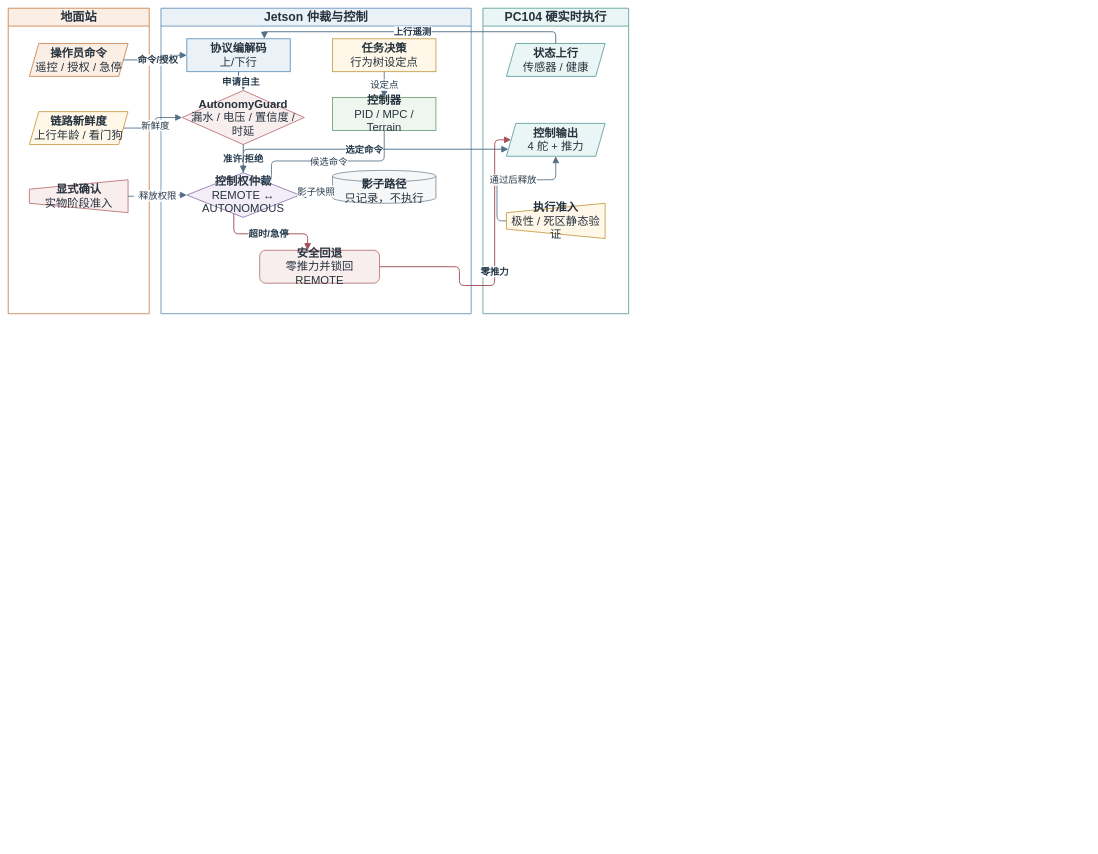
360ZMEM/AUV-Master-Mag keeps this draw.io diagram as thesis/figures/architecture/auv_safety_arbiter_deployment.drawio. Above is the earlier version. Source tidied: cells renumbered, new cells numbered last; positions are measured from the earlier drawing's top-left corner, leaving out a move shared by most shapes. Both pictures are drawn from the tidied source at 47%, with x=0, y=0 at pixel (8, 8).
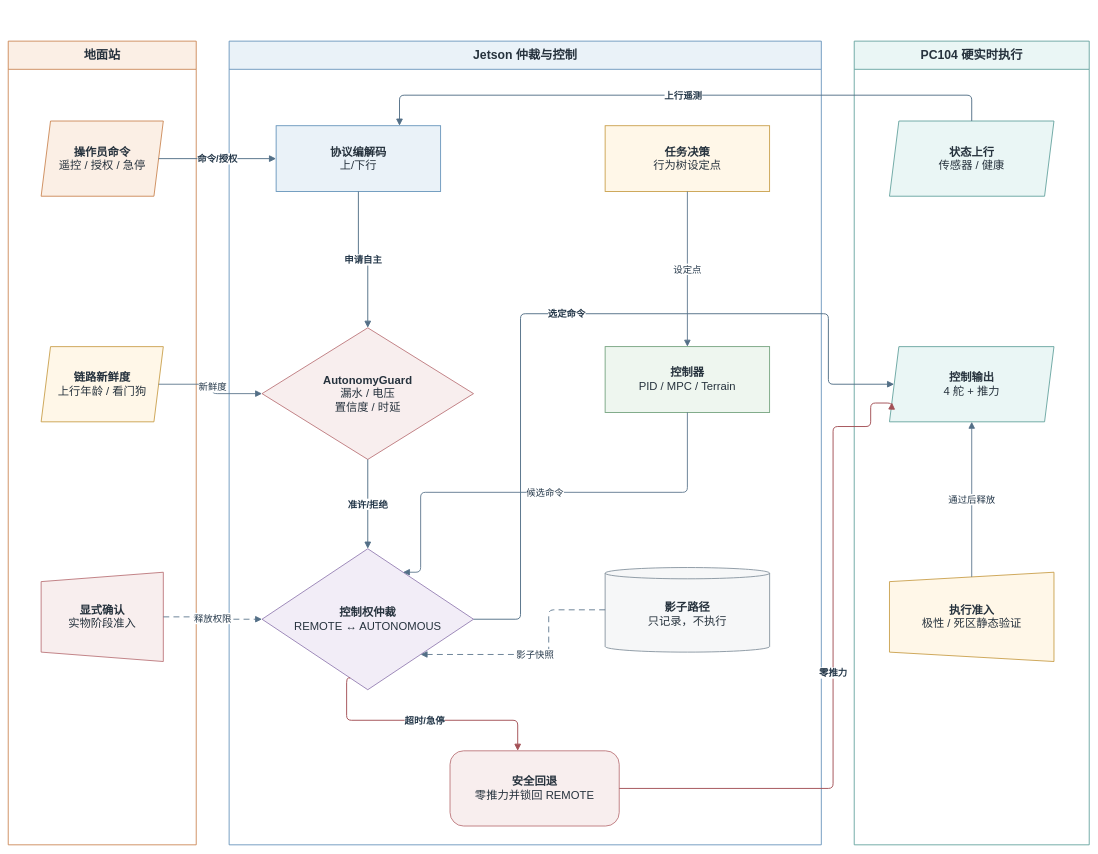
The same diagram, later.

What changed in the source:
```diff
@@
-    <mxCell id="2" value="地面站" style="swimlane;whiteSpace=wrap;html=1;startSize=38;rounded=0;fillColor=#FBEFE5;strokeColor=#C9824D;strokeWidth=1.8;fontFamily=Songti SC;fontSize=26;fontStyle=1;fontColor=#26323D;" parent="1" vertex="1">
-      <mxGeometry width="300" height="650" as="geometry" />
+    <mxCell id="2" value="地面站" style="swimlane;whiteSpace=wrap;html=1;startSize=60;rounded=0;fillColor=#FBEFE5;strokeColor=#C9824D;strokeWidth=1.8;fontFamily=Songti SC;fontSize=26;fontStyle=1;fontColor=#26323D;" parent="1" vertex="1">
+      <mxGeometry y="70" width="400" height="1710" as="geometry" />
     </mxCell>
-    <mxCell id="3" value="Jetson 仲裁与控制" style="swimlane;whiteSpace=wrap;html=1;startSize=38;rounded=0;fillColor=#EAF2F8;strokeColor=#5F8FB8;strokeWidth=1.8;fontFamily=Songti SC;fontSize=26;fontStyle=1;fontColor=#26323D;" parent="1" vertex="1">
-      <mxGeometry x="325" width="660" height="650" as="geometry" />
+    <mxCell id="3" value="Jetson 仲裁与控制" style="swimlane;whiteSpace=wrap;html=1;startSize=60;rounded=0;fillColor=#EAF2F8;strokeColor=#5F8FB8;strokeWidth=1.8;fontFamily=Songti SC;fontSize=26;fontStyle=1;fontColor=#26323D;" parent="1" vertex="1">
+      <mxGeometry x="470" y="70" width="1260" height="1710" as="geometry" />
     </mxCell>
-    <mxCell id="4" value="PC104 硬实时执行" style="swimlane;whiteSpace=wrap;html=1;startSize=38;rounded=0;fillColor=#EAF6F5;strokeColor=#5D9E99;strokeWidth=1.8;fontFamily=Songti SC;fontSize=26;fontStyle=1;fontColor=#26323D;" parent="1" vertex="1">
-      <mxGeometry x="1010" width="310" height="650" as="geometry" />
+    <mxCell id="4" value="PC104 硬实时执行" style="swimlane;whiteSpace=wrap;html=1;startSize=60;rounded=0;fillColor=#EAF6F5;strokeColor=#5D9E99;strokeWidth=1.8;fontFamily=Songti SC;fontSize=26;fontStyle=1;fontColor=#26323D;" parent="1" vertex="1">
+      <mxGeometry x="1800" y="70" width="500" height="1710" as="geometry" />
     </mxCell>
     <mxCell id="5" value="&lt;b&gt;操作员命令&lt;/b&gt;&lt;br&gt;遥控 / 授权 / 急停" style="shape=parallelogram;perimeter=parallelogramPerimeter;fixedSize=1;whiteSpace=wrap;html=1;align=center;verticalAlign=middle;fillColor=#FBEFE5;strokeColor=#C9824D;strokeWidth=1.8;spacing=8;fontFamily=Songti SC;fontSize=24;fontColor=#26323D;" parent="2" vertex="1">
-      <mxGeometry x="45" y="75" width="210" height="70" as="geometry" />
+      <mxGeometry x="70" y="170" width="260" height="160" as="geometry" />
     </mxCell>
     <mxCell id="6" value="&lt;b&gt;链路新鲜度&lt;/b&gt;&lt;br&gt;上行年龄 / 看门狗" style="shape=parallelogram;perimeter=parallelogramPerimeter;fixedSize=1;whiteSpace=wrap;html=1;align=center;verticalAlign=middle;fillColor=#FFF7E8;strokeColor=#C69B42;strokeWidth=1.8;spacing=8;fontFamily=Songti SC;fontSize=24;fontColor=#26323D;" parent="2" vertex="1">
-      <mxGeometry x="45" y="220" width="210" height="70" as="geometry" />
+      <mxGeometry x="70" y="650" width="260" height="160" as="geometry" />
     </mxCell>
     <mxCell id="7" value="&lt;b&gt;显式确认&lt;/b&gt;&lt;br&gt;实物阶段准入" style="shape=trapezoid;perimeter=trapezoidPerimeter;fixedSize=1;direction=north;whiteSpace=wrap;html=1;align=center;verticalAlign=middle;fillColor=#F8EEEE;strokeColor=#B86F73;strokeWidth=1.8;spacing=8;fontFamily=Songti SC;fontSize=24;fontColor=#26323D;" parent="2" vertex="1">
-      <mxGeometry x="45" y="365" width="210" height="70" as="geometry" />
+      <mxGeometry x="70" y="1130" width="260" height="190" as="geometry" />
     </mxCell>
     <mxCell id="8" value="&lt;b&gt;协议编解码&lt;/b&gt;&lt;br&gt;上/下行" style="rounded=0;whiteSpace=wrap;html=1;align=center;verticalAlign=middle;fillColor=#EAF2F8;strokeColor=#5F8FB8;strokeWidth=1.8;spacing=8;fontFamily=Songti SC;fontSize=24;fontColor=#26323D;" parent="3" vertex="1">
-      <mxGeometry x="55" y="65" width="220" height="70" as="geometry" />
+      <mxGeometry x="100" y="180" width="350" height="140" as="geometry" />
     </mxCell>
-    <mxCell id="9" value="&lt;b&gt;AutonomyGuard&lt;/b&gt;&lt;br&gt;漏水 / 电压 / 置信度 / 时延" style="rhombus;whiteSpace=wrap;html=1;align=center;verticalAlign=middle;fillColor=#F8EEEE;strokeColor=#B86F73;strokeWidth=1.8;spacing=8;fontFamily=Songti SC;fontSize=24;fontColor=#26323D;" parent="3" vertex="1">
-      <mxGeometry x="45" y="175" width="260" height="115" as="geometry" />
+    <mxCell id="9" value="&lt;b&gt;AutonomyGuard&lt;/b&gt;&lt;br&gt;漏水 / 电压&lt;br&gt;置信度 / 时延" style="rhombus;whiteSpace=wrap;html=1;align=center;verticalAlign=middle;fillColor=#F8EEEE;strokeColor=#B86F73;strokeWidth=1.8;spacing=8;fontFamily=Songti SC;fontSize=24;fontColor=#26323D;" parent="3" vertex="1">
+      <mxGeometry x="70" y="610" width="450" height="280" as="geometry" />
     </mxCell>
     <mxCell id="10" value="&lt;b&gt;控制权仲裁&lt;/b&gt;&lt;br&gt;REMOTE ↔ AUTONOMOUS" style="rhombus;whiteSpace=wrap;html=1;align=center;verticalAlign=middle;fillColor=#F2EDF7;strokeColor=#8F78AF;strokeWidth=1.8;spacing=8;fontFamily=Songti SC;fontSize=24;fontColor=#26323D;" parent="3" vertex="1">
-      <mxGeometry x="55" y="350" width="240" height="95" as="geometry" />
+      <mxGeometry x="70" y="1080" width="450" height="300" as="geometry" />
     </mxCell>
     <mxCell id="11" value="&lt;b&gt;任务决策&lt;/b&gt;&lt;br&gt;行为树设定点" style="rounded=0;whiteSpace=wrap;html=1;align=center;verticalAlign=middle;fillColor=#FFF7E8;strokeColor=#C69B42;strokeWidth=1.8;spacing=8;fontFamily=Songti SC;fontSize=24;fontColor=#26323D;" parent="3" vertex="1">
-      <mxGeometry x="365" y="65" width="220" height="70" as="geometry" />
+      <mxGeometry x="800" y="180" width="350" height="140" as="geometry" />
     </mxCell>
     <mxCell id="12" value="&lt;b&gt;控制器&lt;/b&gt;&lt;br&gt;PID / MPC / Terrain" style="rounded=0;whiteSpace=wrap;html=1;align=center;verticalAlign=middle;fillColor=#EEF6EF;strokeColor=#6E9F78;strokeWidth=1.8;spacing=8;fontFamily=Songti SC;fontSize=24;fontColor=#26323D;" parent="3" vertex="1">
-      <mxGeometry x="365" y="190" width="220" height="70" as="geometry" />
+      <mxGeometry x="800" y="650" width="350" height="140" as="geometry" />
     </mxCell>
     <mxCell id="13" value="&lt;b&gt;影子路径&lt;/b&gt;&lt;br&gt;只记录，不执行" style="shape=cylinder3;boundedLbl=1;backgroundOutline=1;size=12;whiteSpace=wrap;html=1;align=center;verticalAlign=middle;fillColor=#F6F7F8;strokeColor=#7F8E9A;strokeWidth=1.8;spacing=8;fontFamily=Songti SC;fontSize=24;fontColor=#26323D;" parent="3" vertex="1">
-      <mxGeometry x="365" y="345" width="220" height="70" as="geometry" />
+      <mxGeometry x="800" y="1120" width="350" height="180" as="geometry" />
     </mxCell>
     <mxCell id="14" value="&lt;b&gt;安全回退&lt;/b&gt;&lt;br&gt;零推力并锁回 REMOTE" style="rounded=1;arcSize=18;whiteSpace=wrap;html=1;align=center;verticalAlign=middle;fillColor=#F8EEEE;strokeColor=#B86F73;strokeWidth=1.8;spacing=8;fontFamily=Songti SC;fontSize=24;fontColor=#26323D;" parent="3" vertex="1">
-      <mxGeometry x="210" y="515" width="255" height="70" as="geometry" />
+      <mxGeometry x="470" y="1510" width="360" height="160" as="geometry" />
     </mxCell>
     <mxCell id="15" value="&lt;b&gt;状态上行&lt;/b&gt;&lt;br&gt;传感器 / 健康" style="shape=parallelogram;perimeter=parallelogramPerimeter;fixedSize=1;whiteSpace=wrap;html=1;align=center;verticalAlign=middle;fillColor=#EAF6F5;strokeColor=#5D9E99;strokeWidth=1.8;spacing=8;fontFamily=Songti SC;fontSize=24;fontColor=#26323D;" parent="4" vertex="1">
-      <mxGeometry x="50" y="75" width="210" height="70" as="geometry" />
+      <mxGeometry x="75" y="170" width="350" height="160" as="geometry" />
     </mxCell>
     <mxCell id="16" value="&lt;b&gt;控制输出&lt;/b&gt;&lt;br&gt;4 舵 + 推力" style="shape=parallelogram;perimeter=parallelogramPerimeter;fixedSize=1;whiteSpace=wrap;html=1;align=center;verticalAlign=middle;fillColor=#EAF6F5;strokeColor=#5D9E99;strokeWidth=1.8;spacing=8;fontFamily=Songti SC;fontSize=24;fontColor=#26323D;" parent="4" vertex="1">
-      <mxGeometry x="50" y="245" width="210" height="70" as="geometry" />
+      <mxGeometry x="75" y="650" width="350" height="160" as="geometry" />
     </mxCell>
     <mxCell id="17" value="&lt;b&gt;执行准入&lt;/b&gt;&lt;br&gt;极性 / 死区静态验证" style="shape=trapezoid;perimeter=trapezoidPerimeter;fixedSize=1;direction=north;whiteSpace=wrap;html=1;align=center;verticalAlign=middle;fillColor=#FFF7E8;strokeColor=#C69B42;strokeWidth=1.8;spacing=8;fontFamily=Songti SC;fontSize=24;fontColor=#26323D;" parent="4" vertex="1">
-      <mxGeometry x="50" y="415" width="210" height="75" as="geometry" />
+      <mxGeometry x="75" y="1130" width="350" height="190" as="geometry" />
     </mxCell>
-    <mxCell id="18" value="命令/授权" style="edgeStyle=orthogonalEdgeStyle;rounded=1;jettySize=auto;html=1;strokeColor=#536F87;strokeWidth=2.0;fontFamily=Songti SC;fontSize=20;fontStyle=1;fontColor=#25384A;labelBackgroundColor=#FFFFFF;labelBorderColor=none;endArrow=block;endFill=1;endSize=10;exitX=1;entryX=0;" parent="1" edge="1" source="5" target="8">
+    <mxCell id="18" value="命令/授权" style="edgeStyle=orthogonalEdgeStyle;rounded=1;jettySize=auto;html=1;strokeColor=#536F87;strokeWidth=2.0;fontFamily=Songti SC;fontSize=20;fontStyle=1;fontColor=#25384A;labelBackgroundColor=#FFFFFF;labelBorderColor=none;endArrow=block;endFill=1;endSize=10;exitX=1;exitY=0.5;entryX=0;entryY=0.5;" parent="1" edge="1" source="5" target="8">
       <mxGeometry relative="1" as="geometry" />
     </mxCell>
-    <mxCell id="19" value="新鲜度" style="edgeStyle=orthogonalEdgeStyle;rounded=1;jettySize=auto;html=1;strokeColor=#536F87;strokeWidth=1.8;fontFamily=Songti SC;fontSize=20;fontColor=#25384A;labelBackgroundColor=#FFFFFF;labelBorderColor=none;endArrow=block;endFill=1;endSize=10;exitX=1;entryX=0;" parent="1" edge="1" source="6" target="9">
+    <mxCell id="19" value="新鲜度" style="edgeStyle=orthogonalEdgeStyle;rounded=1;jettySize=auto;html=1;strokeColor=#536F87;strokeWidth=1.8;fontFamily=Songti SC;fontSize=20;fontColor=#25384A;labelBackgroundColor=#FFFFFF;labelBorderColor=none;endArrow=block;endFill=1;endSize=10;exitX=1;exitY=0.5;entryX=0;entryY=0.5;" parent="1" edge="1" source="6" target="9">
       <mxGeometry relative="1" as="geometry" />
     </mxCell>
-    <mxCell id="20" value="释放权限" style="edgeStyle=orthogonalEdgeStyle;rounded=1;jettySize=auto;html=1;strokeColor=#536F87;strokeWidth=1.8;fontFamily=Songti SC;fontSize=20;fontColor=#25384A;labelBackgroundColor=#FFFFFF;labelBorderColor=none;endArrow=block;endFill=1;endSize=10;dashed=1;dashPattern=7 5;exitX=1;entryX=0;" parent="1" edge="1" source="7" target="10">
+    <mxCell id="20" value="释放权限" style="edgeStyle=orthogonalEdgeStyle;rounded=1;jettySize=auto;html=1;strokeColor=#536F87;strokeWidth=1.8;fontFamily=Songti SC;fontSize=20;fontColor=#25384A;labelBackgroundColor=#FFFFFF;labelBorderColor=none;endArrow=block;endFill=1;endSize=10;dashed=1;dashPattern=7 5;exitX=0.5;exitY=1;exitPerimeter=0;entryX=0;entryY=0.5;" parent="1" edge="1" source="7" target="10">
       <mxGeometry relative="1" as="geometry" />
     </mxCell>
     <mxCell id="21" value="上行遥测" style="edgeStyle=orthogonalEdgeStyle;rounded=1;jettySize=auto;html=1;strokeColor=#536F87;strokeWidth=2.0;fontFamily=Songti SC;fontSize=20;fontStyle=1;fontColor=#25384A;labelBackgroundColor=#FFFFFF;labelBorderColor=none;endArrow=block;endFill=1;endSize=10;exitX=0.5;exitY=0;entryX=0.75;entryY=0;" parent="1" edge="1" source="15" target="8">
       <mxGeometry relative="1" as="geometry">
         <Array as="points">
-          <mxPoint x="1150" y="50" />
-          <mxPoint x="490" y="50" />
+          <mxPoint x="2050" y="185" />
+          <mxPoint x="832.5" y="185" />
         </Array>
       </mxGeometry>
     </mxCell>
@@
     <mxCell id="25" value="候选命令" style="edgeStyle=orthogonalEdgeStyle;rounded=1;jettySize=auto;html=1;strokeColor=#536F87;strokeWidth=1.8;fontFamily=Songti SC;fontSize=20;fontColor=#25384A;labelBackgroundColor=#FFFFFF;labelBorderColor=none;endArrow=block;endFill=1;endSize=10;exitX=0.5;exitY=1;entryX=0.75;entryY=0;" parent="1" edge="1" source="12" target="10">
       <mxGeometry relative="1" as="geometry">
         <Array as="points">
-          <mxPoint x="800" y="325" />
-          <mxPoint x="560" y="325" />
+          <mxPoint x="1445" y="1030" />
+          <mxPoint x="877.5" y="1030" />
         </Array>
       </mxGeometry>
     </mxCell>
-    <mxCell id="26" value="选定命令" style="edgeStyle=orthogonalEdgeStyle;rounded=1;jettySize=auto;html=1;strokeColor=#536F87;strokeWidth=2.0;fontFamily=Songti SC;fontSize=20;fontStyle=1;fontColor=#25384A;labelBackgroundColor=#FFFFFF;labelBorderColor=none;endArrow=block;endFill=1;endSize=10;exitX=1;entryX=0;" parent="1" edge="1" source="10" target="16">
+    <mxCell id="26" value="选定命令" style="edgeStyle=orthogonalEdgeStyle;rounded=1;jettySize=auto;html=1;strokeColor=#536F87;strokeWidth=2.0;fontFamily=Songti SC;fontSize=20;fontStyle=1;fontColor=#25384A;labelBackgroundColor=#FFFFFF;labelBorderColor=none;endArrow=block;endFill=1;endSize=10;exitX=1;exitY=0.5;entryX=0;entryY=0.5;" parent="1" edge="1" source="10" target="16">
       <mxGeometry relative="1" as="geometry">
         <Array as="points">
-          <mxPoint x="650" y="300" />
-          <mxPoint x="1035" y="300" />
+          <mxPoint x="1090" y="1300" />
+          <mxPoint x="1090" y="650" />
+          <mxPoint x="1745" y="650" />
+          <mxPoint x="1745" y="800" />
         </Array>
       </mxGeometry>
     </mxCell>
     <mxCell id="27" value="超时/急停" style="edgeStyle=orthogonalEdgeStyle;rounded=1;jettySize=auto;html=1;strokeColor=#A34F55;strokeWidth=2.0;fontFamily=Songti SC;fontSize=20;fontStyle=1;fontColor=#25384A;labelBackgroundColor=#FFFFFF;labelBorderColor=none;endArrow=block;endFill=1;endSize=10;exitX=0.4;exitY=1;entryX=0.4;entryY=0;" parent="1" edge="1" source="10" target="14">
-      <mxGeometry relative="1" as="geometry" />
+      <mxGeometry relative="1" as="geometry">
+        <Array as="points">
+          <mxPoint x="720" y="1515" />
+          <mxPoint x="1084" y="1515" />
+        </Array>
+      </mxGeometry>
     </mxCell>
-    <mxCell id="28" value="零推力" style="edgeStyle=orthogonalEdgeStyle;rounded=1;jettySize=auto;html=1;strokeColor=#A34F55;strokeWidth=2.0;fontFamily=Songti SC;fontSize=20;fontStyle=1;fontColor=#25384A;labelBackgroundColor=#FFFFFF;labelBorderColor=none;endArrow=block;endFill=1;endSize=10;exitX=1;entryX=0;entryY=0.5;" parent="1" edge="1" source="14" target="16">
+    <mxCell id="28" value="零推力" style="edgeStyle=orthogonalEdgeStyle;rounded=1;jettySize=auto;html=1;strokeColor=#A34F55;strokeWidth=2.0;fontFamily=Songti SC;fontSize=20;fontStyle=1;fontColor=#25384A;labelBackgroundColor=#FFFFFF;labelBorderColor=none;endArrow=block;endFill=1;endSize=10;exitX=1;exitY=0.5;entryX=0;entryY=0.75;" parent="1" edge="1" source="14" target="16">
       <mxGeometry relative="1" as="geometry">
         <Array as="points">
-          <mxPoint x="960" y="590" />
-          <mxPoint x="1035" y="590" />
-          <mxPoint x="1035" y="280" />
+          <mxPoint x="1755" y="1660" />
+          <mxPoint x="1755" y="890" />
+          <mxPoint x="1835" y="890" />
+          <mxPoint x="1835" y="840" />
         </Array>
       </mxGeometry>
     </mxCell>
-    <mxCell id="29" value="影子快照" style="edgeStyle=orthogonalEdgeStyle;rounded=1;jettySize=auto;html=1;strokeColor=#536F87;strokeWidth=1.8;fontFamily=Songti SC;fontSize=20;fontColor=#25384A;labelBackgroundColor=#FFFFFF;labelBorderColor=none;endArrow=block;endFill=1;endSize=10;dashed=1;dashPattern=7 5;exitX=0;entryX=1;" parent="1" edge="1" source="13" target="10">
-      <mxGeometry relative="1" as="geometry" />
+    <mxCell id="29" value="影子快照" style="edgeStyle=orthogonalEdgeStyle;rounded=1;jettySize=auto;html=1;strokeColor=#536F87;strokeWidth=1.8;fontFamily=Songti SC;fontSize=20;fontColor=#25384A;labelBackgroundColor=#FFFFFF;labelBorderColor=none;endArrow=block;endFill=1;endSize=10;dashed=1;dashPattern=7 5;exitX=0;exitY=0.5;entryX=0.75;entryY=0.75;entryPerimeter=0;" parent="1" edge="1" source="13" target="10">
+      <mxGeometry relative="1" as="geometry">
+        <Array as="points">
+          <mxPoint x="1150" y="1280" />
+          <mxPoint x="1150" y="1375" />
+        </Array>
+      </mxGeometry>
     </mxCell>
-    <mxCell id="30" value="通过后释放" style="edgeStyle=orthogonalEdgeStyle;rounded=1;jettySize=auto;html=1;strokeColor=#536F87;strokeWidth=1.8;fontFamily=Songti SC;fontSize=20;fontColor=#25384A;labelBackgroundColor=#FFFFFF;labelBorderColor=none;endArrow=block;endFill=1;endSize=10;exitX=0.5;exitY=0;entryX=0.5;entryY=1;" parent="1" edge="1" source="17" target="16">
+    <mxCell id="30" value="通过后释放" style="edgeStyle=orthogonalEdgeStyle;rounded=1;jettySize=auto;html=1;strokeColor=#536F87;strokeWidth=1.8;fontFamily=Songti SC;fontSize=20;fontColor=#25384A;labelBackgroundColor=#FFFFFF;labelBorderColor=none;endArrow=block;endFill=1;endSize=10;exitX=0.9473684211;exitY=0.5;exitPerimeter=0;entryX=0.5;entryY=1;" parent="1" edge="1" source="17" target="16">
       <mxGeometry relative="1" as="geometry" />
     </mxCell>
```
